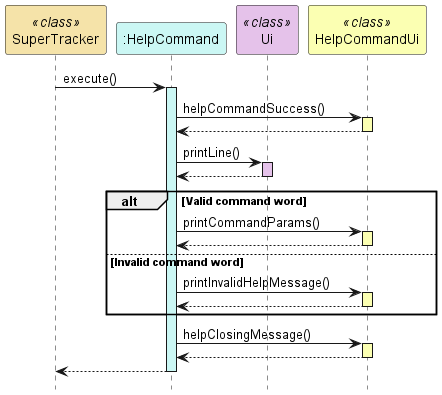
The PlantUML diagram docs/uml-diagrams/HelpCommandSequence.png in rismm/tp, before a commit. Source of this version:
```plantuml
@startuml
hide footbox
participant "SuperTracker" as SuperTracker <<class>> #f5e3a9
participant ":HelpCommand" as HelpCommand #cbf7f4
participant "Ui" as Ui <<class>> #e5c2ea
participant "HelpCommandUi" as HelpCommandUi <<class>> #fbffb2

SuperTracker -> HelpCommand : execute()
activate HelpCommand #cbf7f4

HelpCommand -> HelpCommandUi : helpCommandSuccess()
activate HelpCommandUi #fbffb2
HelpCommandUi --> HelpCommand
deactivate HelpCommandUi

HelpCommand -> Ui : printLine()
activate Ui #e5c2ea
Ui --> HelpCommand
deactivate Ui

alt Valid command word
HelpCommand -> HelpCommandUi : printCommandParams()
activate HelpCommandUi #fbffb2
HelpCommandUi --> HelpCommand
deactivate HelpCommandUi
else Invalid command word
HelpCommand -> HelpCommandUi : printInvalidHelpMessage()
activate HelpCommandUi #fbffb2
HelpCommandUi --> HelpCommand
deactivate HelpCommandUi
end

HelpCommand -> HelpCommandUi : helpClosingMessage()
activate HelpCommandUi #fbffb2
HelpCommandUi --> HelpCommand
deactivate HelpCommandUi

HelpCommand --> SuperTracker
deactivate HelpCommand
@enduml
```
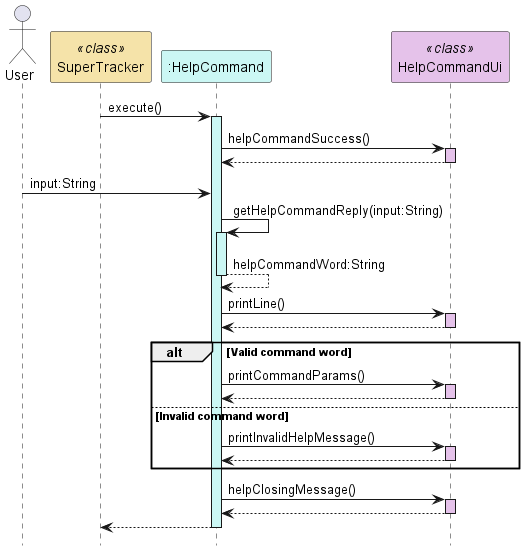
Later version of the same file.

The edit, as a diff of the source:
```diff
@@ -1,37 +1,44 @@
 @startuml
 hide footbox
+actor User as User
 participant "SuperTracker" as SuperTracker <<class>> #f5e3a9
 participant ":HelpCommand" as HelpCommand #cbf7f4
-participant "Ui" as Ui <<class>> #e5c2ea
-participant "HelpCommandUi" as HelpCommandUi <<class>> #fbffb2
+participant "HelpCommandUi" as HelpCommandUi <<class>> #e5c2ea
 
 SuperTracker -> HelpCommand : execute()
 activate HelpCommand #cbf7f4
 
 HelpCommand -> HelpCommandUi : helpCommandSuccess()
-activate HelpCommandUi #fbffb2
+activate HelpCommandUi #e5c2ea
 HelpCommandUi --> HelpCommand
 deactivate HelpCommandUi
 
-HelpCommand -> Ui : printLine()
-activate Ui #e5c2ea
-Ui --> HelpCommand
-deactivate Ui
+User -> HelpCommand : input:String
+
+HelpCommand -> HelpCommand : getHelpCommandReply(input:String)
+activate HelpCommand #cbf7f4
+HelpCommand --> HelpCommand : helpCommandWord:String
+deactivate HelpCommand
+
+HelpCommand -> HelpCommandUi : printLine()
+activate HelpCommandUi #e5c2ea
+HelpCommandUi --> HelpCommand
+deactivate HelpCommandUi
 
 alt Valid command word
 HelpCommand -> HelpCommandUi : printCommandParams()
-activate HelpCommandUi #fbffb2
+activate HelpCommandUi #e5c2ea
 HelpCommandUi --> HelpCommand
 deactivate HelpCommandUi
 else Invalid command word
 HelpCommand -> HelpCommandUi : printInvalidHelpMessage()
-activate HelpCommandUi #fbffb2
+activate HelpCommandUi #e5c2ea
 HelpCommandUi --> HelpCommand
 deactivate HelpCommandUi
 end
 
 HelpCommand -> HelpCommandUi : helpClosingMessage()
-activate HelpCommandUi #fbffb2
+activate HelpCommandUi #e5c2ea
 HelpCommandUi --> HelpCommand
 deactivate HelpCommandUi
 
```
